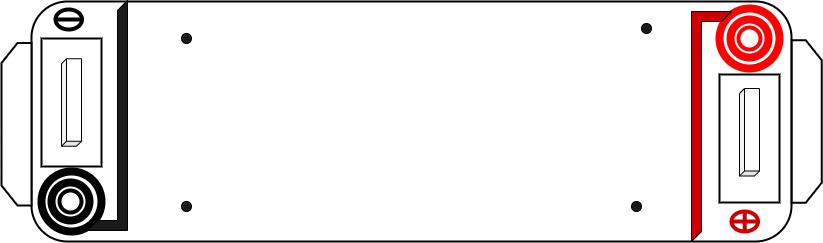
The draw.io diagram experiment/simulation/images/case.png in virtual-labs/exp-dna-agarose-gel-electrophoresis-iitkgp, before a commit. Source tidied: cells renumbered, new cells last; positions are measured from the earlier drawing's top-left corner, leaving out a move shared by most shapes. Its diagram source:
```xml
<mxGraphModel>
  <root>
    <mxCell id="0" />
    <mxCell id="1" parent="0" />
    <mxCell id="2" style="rounded=1;whiteSpace=wrap;html=1;strokeWidth=2;" parent="1" vertex="1">
      <mxGeometry x="96" y="1" width="760" height="240" as="geometry" />
    </mxCell>
    <mxCell id="3" style="shape=loopLimit;whiteSpace=wrap;html=1;rotation=-90;strokeWidth=2;" parent="1" vertex="1">
      <mxGeometry x="-0.2" y="108.8" width="162.5" height="30" as="geometry" />
    </mxCell>
    <mxCell id="4" style="shape=loopLimit;whiteSpace=wrap;html=1;rotation=90;strokeWidth=2;" parent="1" vertex="1">
      <mxGeometry x="790" y="106" width="162.5" height="30" as="geometry" />
    </mxCell>
    <mxCell id="5" style="ellipse;whiteSpace=wrap;html=1;strokeWidth=8;" parent="1" vertex="1">
      <mxGeometry x="106" y="171" width="60" height="60" as="geometry" />
    </mxCell>
    <mxCell id="6" style="ellipse;whiteSpace=wrap;html=1;strokeWidth=8;strokeColor=#FF0000;" parent="1" vertex="1">
      <mxGeometry x="784" y="8" width="60" height="60" as="geometry" />
    </mxCell>
    <mxCell id="7" style="ellipse;whiteSpace=wrap;html=1;strokeWidth=8;" parent="1" vertex="1">
      <mxGeometry x="116" y="182" width="38" height="38" as="geometry" />
    </mxCell>
    <mxCell id="8" style="ellipse;whiteSpace=wrap;html=1;strokeColor=#FF0000;strokeWidth=8;" parent="1" vertex="1">
      <mxGeometry x="795" y="19" width="38" height="38" as="geometry" />
    </mxCell>
    <mxCell id="9" style="shape=cube;whiteSpace=wrap;html=1;boundedLbl=1;backgroundOutline=1;darkOpacity=0.05;darkOpacity2=0.1;rotation=-90;size=5;" parent="1" vertex="1">
      <mxGeometry x="92.2" y="92" width="87.5" height="20" as="geometry" />
    </mxCell>
    <mxCell id="10" style="shape=cube;whiteSpace=wrap;html=1;boundedLbl=1;backgroundOutline=1;darkOpacity=0.05;darkOpacity2=0.1;rotation=-90;size=5;" parent="1" vertex="1">
      <mxGeometry x="770.2" y="121.8" width="87.5" height="20" as="geometry" />
    </mxCell>
    <mxCell id="11" style="ellipse;whiteSpace=wrap;html=1;fillColor=#1A1A1A;" parent="1" vertex="1">
      <mxGeometry x="246" y="33" width="10" height="10" as="geometry" />
    </mxCell>
    <mxCell id="12" style="ellipse;whiteSpace=wrap;html=1;fillColor=#1A1A1A;" parent="1" vertex="1">
      <mxGeometry x="246" y="201" width="10" height="10" as="geometry" />
    </mxCell>
    <mxCell id="13" style="ellipse;whiteSpace=wrap;html=1;fillColor=#1A1A1A;" parent="1" vertex="1">
      <mxGeometry x="696" y="201" width="10" height="10" as="geometry" />
    </mxCell>
    <mxCell id="14" style="ellipse;whiteSpace=wrap;html=1;fillColor=#1A1A1A;" parent="1" vertex="1">
      <mxGeometry x="706" y="23" width="10" height="10" as="geometry" />
    </mxCell>
    <mxCell id="15" style="verticalLabelPosition=bottom;verticalAlign=top;html=1;shape=mxgraph.basic.frame_corner;dx=10;whiteSpace=wrap;fillColor=#CC0000;" parent="1" vertex="1">
      <mxGeometry x="756" y="11" width="40" height="230" as="geometry" />
    </mxCell>
    <mxCell id="16" style="verticalLabelPosition=bottom;verticalAlign=top;html=1;shape=mxgraph.basic.frame_corner;dx=10;whiteSpace=wrap;fillColor=#1A1A1A;rotation=-180;" parent="1" vertex="1">
      <mxGeometry x="152" width="40" height="230" as="geometry" />
    </mxCell>
    <mxCell id="17" style="verticalLabelPosition=bottom;verticalAlign=top;html=1;shape=mxgraph.basic.rect;fillColor2=none;strokeWidth=2;size=20;indent=5;fillColor=none;" parent="1" vertex="1">
      <mxGeometry x="106" y="38" width="60" height="128" as="geometry" />
    </mxCell>
    <mxCell id="18" style="verticalLabelPosition=bottom;verticalAlign=top;html=1;shape=mxgraph.basic.rect;fillColor2=none;strokeWidth=2;size=20;indent=5;fillColor=none;" parent="1" vertex="1">
      <mxGeometry x="784" y="74" width="60" height="128" as="geometry" />
    </mxCell>
    <mxCell id="19" style="verticalLabelPosition=bottom;verticalAlign=top;html=1;shape=mxgraph.flowchart.summing_function;strokeWidth=4;strokeColor=#CC0000;" parent="1" vertex="1">
      <mxGeometry x="796" y="211" width="26.5" height="20" as="geometry" />
    </mxCell>
    <mxCell id="20" style="shape=lineEllipse;perimeter=ellipsePerimeter;whiteSpace=wrap;html=1;backgroundOutline=1;strokeWidth=4;" parent="1" vertex="1">
      <mxGeometry x="120" y="9" width="26.5" height="20" as="geometry" />
    </mxCell>
    <mxCell id="21" style="ellipse;whiteSpace=wrap;html=1;strokeColor=#FF0000;strokeWidth=4;" parent="1" vertex="1">
      <mxGeometry x="803" y="27" width="22" height="22" as="geometry" />
    </mxCell>
    <mxCell id="22" style="ellipse;whiteSpace=wrap;html=1;strokeWidth=4;" parent="1" vertex="1">
      <mxGeometry x="124" y="190" width="22" height="22" as="geometry" />
    </mxCell>
  </root>
</mxGraphModel>
```
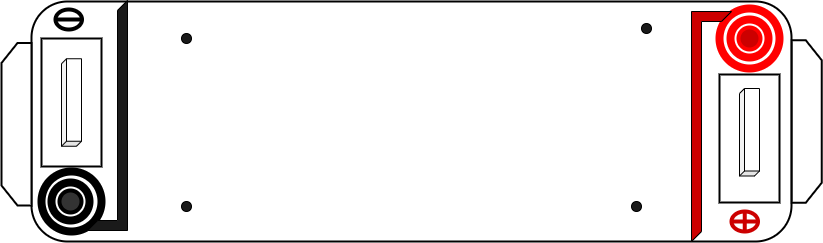
Later version of the same file.

Change to the diagram source:
```diff
@@ -59,10 +59,10 @@
     <mxCell id="20" style="shape=lineEllipse;perimeter=ellipsePerimeter;whiteSpace=wrap;html=1;backgroundOutline=1;strokeWidth=4;" parent="1" vertex="1">
       <mxGeometry x="120" y="9" width="26.5" height="20" as="geometry" />
     </mxCell>
-    <mxCell id="21" style="ellipse;whiteSpace=wrap;html=1;strokeColor=#FF0000;strokeWidth=4;" parent="1" vertex="1">
+    <mxCell id="21" style="ellipse;whiteSpace=wrap;html=1;strokeColor=#FF0000;strokeWidth=4;fillColor=#CC0000;" parent="1" vertex="1">
       <mxGeometry x="803" y="27" width="22" height="22" as="geometry" />
     </mxCell>
-    <mxCell id="22" style="ellipse;whiteSpace=wrap;html=1;strokeWidth=4;" parent="1" vertex="1">
+    <mxCell id="22" style="ellipse;whiteSpace=wrap;html=1;strokeWidth=4;fillColor=#333333;" parent="1" vertex="1">
       <mxGeometry x="124" y="190" width="22" height="22" as="geometry" />
     </mxCell>
   </root>
```
